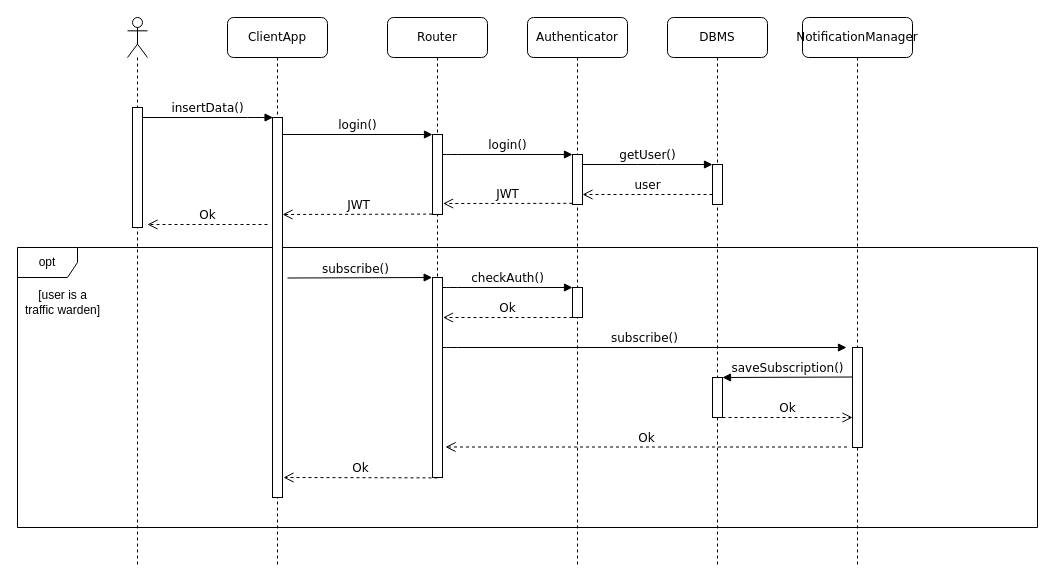
Above: DD/diagrams/login-sequence-diagram.drawio in f3d0ss/CazzolaDotti-se2 (draw.io), before the change. Source tidied: cells renumbered, new cells numbered last; positions are measured from the earlier drawing's top-left corner, leaving out a move shared by most shapes. Both pictures are drawn from the tidied source at 100%, with x=0, y=0 at pixel (17, 17).
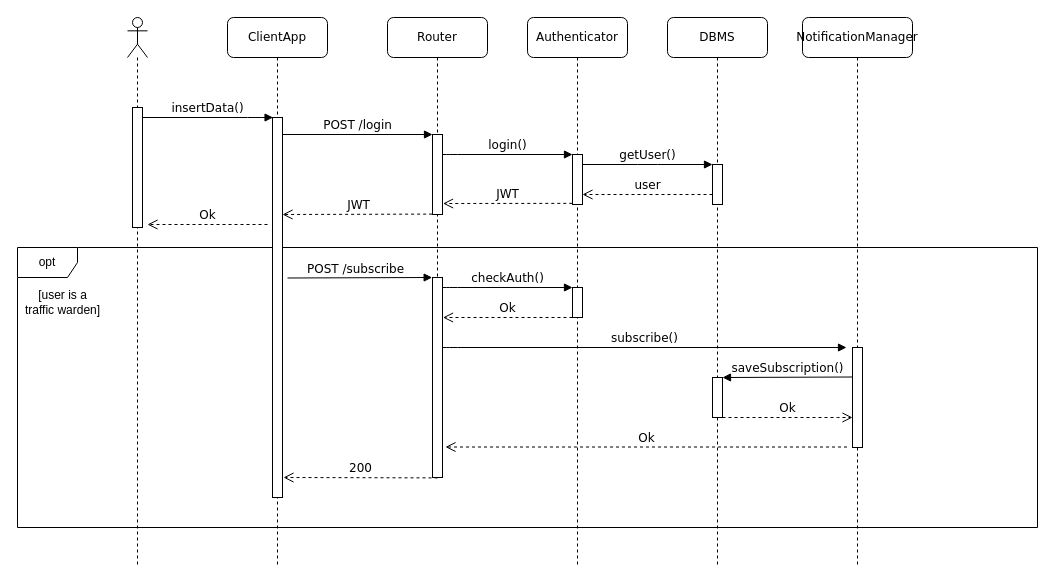
Above is the later version.

Unchanged cells that the change refers to:
```xml
<mxCell id="6" style="html=1;points=[];perimeter=orthogonalPerimeter;" parent="5" vertex="1">
  <mxGeometry x="45" y="260" width="10" height="200" as="geometry" />
</mxCell>
<mxCell id="24" style="html=1;points=[];perimeter=orthogonalPerimeter;rounded=0;shadow=0;comic=0;labelBackgroundColor=none;strokeWidth=1;fontFamily=Verdana;fontSize=12;align=center;" parent="1" vertex="1">
  <mxGeometry x="415" y="117" width="10" height="80" as="geometry" />
</mxCell>
```

The edit, as a diff of the source:
```diff
@@
-    <mxCell id="17" value="login()" style="html=1;verticalAlign=bottom;endArrow=block;entryX=0;entryY=0;labelBackgroundColor=none;fontFamily=Verdana;fontSize=12;edgeStyle=elbowEdgeStyle;elbow=vertical;" parent="1" edge="1" target="24">
+    <mxCell id="17" value="POST /login" style="html=1;verticalAlign=bottom;endArrow=block;entryX=0;entryY=0;labelBackgroundColor=none;fontFamily=Verdana;fontSize=12;edgeStyle=elbowEdgeStyle;elbow=vertical;" parent="1" edge="1" target="24">
       <mxGeometry relative="1" as="geometry">
         <mxPoint x="265" y="117" as="sourcePoint" />
       </mxGeometry>
     </mxCell>
@@
-    <mxCell id="28" value="subscribe()" style="html=1;verticalAlign=bottom;endArrow=block;labelBackgroundColor=none;fontFamily=Verdana;fontSize=12;edgeStyle=elbowEdgeStyle;elbow=vertical;entryX=-0.034;entryY=0.001;entryDx=0;entryDy=0;entryPerimeter=0;" parent="1" edge="1" target="6">
+    <mxCell id="28" value="POST /subscribe" style="html=1;verticalAlign=bottom;endArrow=block;labelBackgroundColor=none;fontFamily=Verdana;fontSize=12;edgeStyle=elbowEdgeStyle;elbow=vertical;entryX=-0.034;entryY=0.001;entryDx=0;entryDy=0;entryPerimeter=0;" parent="1" edge="1" target="6">
       <mxGeometry x="-0.07" y="-1" relative="1" as="geometry">
         <mxPoint x="270" y="260.5" as="sourcePoint" />
       </mxGeometry>
     </mxCell>
@@
-    <mxCell id="35" value="Ok" style="html=1;verticalAlign=bottom;endArrow=open;dashed=1;endSize=8;labelBackgroundColor=none;fontFamily=Verdana;fontSize=12;edgeStyle=elbowEdgeStyle;elbow=vertical;exitX=0.5;exitY=1.002;exitDx=0;exitDy=0;exitPerimeter=0;" parent="1" edge="1" source="6">
+    <mxCell id="35" value="200" style="html=1;verticalAlign=bottom;endArrow=open;dashed=1;endSize=8;labelBackgroundColor=none;fontFamily=Verdana;fontSize=12;edgeStyle=elbowEdgeStyle;elbow=vertical;exitX=0.5;exitY=1.002;exitDx=0;exitDy=0;exitPerimeter=0;" parent="1" edge="1" source="6">
       <mxGeometry relative="1" as="geometry">
         <mxPoint x="266" y="460" as="targetPoint" />
         <Array as="points">
           <mxPoint x="400" y="460" />
           <mxPoint x="280" y="460" />
           <mxPoint x="345" y="460.5" />
           <mxPoint x="375" y="460.5" />
         </Array>
       </mxGeometry>
     </mxCell>
```
